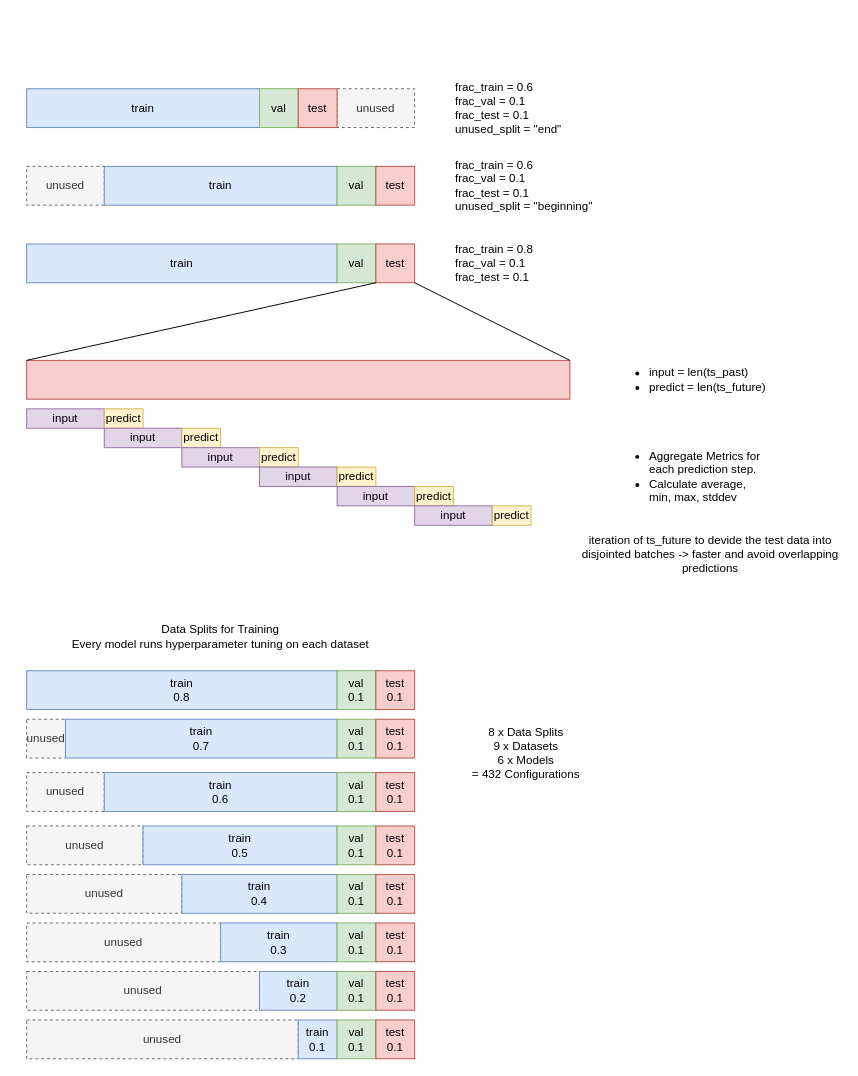
The draw.io diagram docs/70_in-WORK/evaluation_data-splits_test-data-usage.drawio in thomasgugatschka/time-series-nn-forecast-lab, before the edit. Source tidied: cells renumbered, new cells numbered last; positions are measured from the earlier drawing's top-left corner, leaving out a move shared by most shapes. Both pictures are drawn from the tidied source at 97%, with x=0, y=0 at pixel (26, 88).
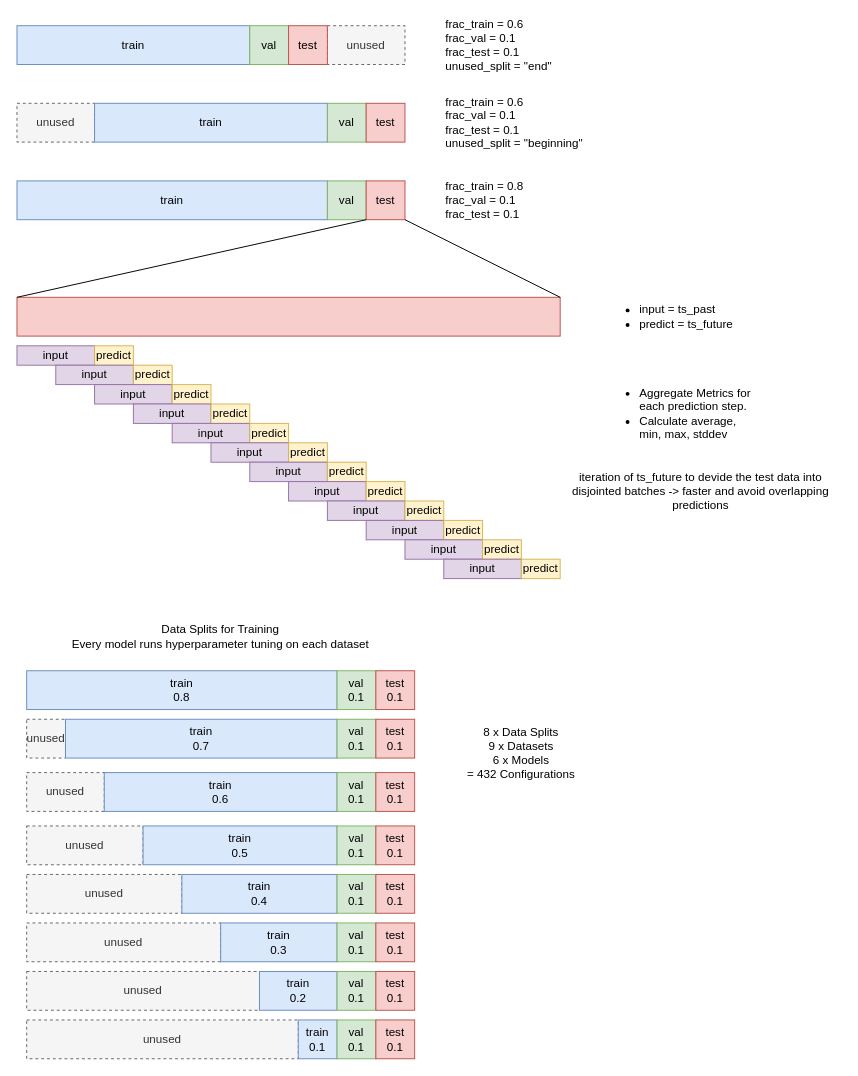
The same page after the edit.

Change to the diagram source:
```diff
@@
     <mxCell id="2" value="unused" style="rounded=0;whiteSpace=wrap;html=1;dashed=1;fillColor=#f5f5f5;fontColor=#333333;strokeColor=#666666;" parent="1" vertex="1">
-      <mxGeometry x="320" width="80" height="40" as="geometry" />
+      <mxGeometry x="310" y="-65" width="80" height="40" as="geometry" />
     </mxCell>
     <mxCell id="3" value="train" style="rounded=0;whiteSpace=wrap;html=1;fillColor=#dae8fc;strokeColor=#6c8ebf;" parent="1" vertex="1">
-      <mxGeometry width="240" height="40" as="geometry" />
+      <mxGeometry x="-10" y="-65" width="240" height="40" as="geometry" />
     </mxCell>
     <mxCell id="4" value="val" style="rounded=0;whiteSpace=wrap;html=1;fillColor=#d5e8d4;strokeColor=#82b366;" parent="1" vertex="1">
-      <mxGeometry x="240" width="40" height="40" as="geometry" />
+      <mxGeometry x="230" y="-65" width="40" height="40" as="geometry" />
     </mxCell>
     <mxCell id="5" value="test" style="rounded=0;whiteSpace=wrap;html=1;fillColor=#f8cecc;strokeColor=#b85450;" parent="1" vertex="1">
-      <mxGeometry x="280" width="40" height="40" as="geometry" />
+      <mxGeometry x="270" y="-65" width="40" height="40" as="geometry" />
     </mxCell>
     <mxCell id="6" value="unused" style="rounded=0;whiteSpace=wrap;html=1;dashed=1;fillColor=#f5f5f5;fontColor=#333333;strokeColor=#666666;" parent="1" vertex="1">
-      <mxGeometry y="80" width="80" height="40" as="geometry" />
+      <mxGeometry x="-10" y="15" width="80" height="40" as="geometry" />
     </mxCell>
     <mxCell id="7" value="train" style="rounded=0;whiteSpace=wrap;html=1;fillColor=#dae8fc;strokeColor=#6c8ebf;" parent="1" vertex="1">
-      <mxGeometry x="80" y="80" width="240" height="40" as="geometry" />
+      <mxGeometry x="70" y="15" width="240" height="40" as="geometry" />
     </mxCell>
     <mxCell id="8" value="val" style="rounded=0;whiteSpace=wrap;html=1;fillColor=#d5e8d4;strokeColor=#82b366;" parent="1" vertex="1">
-      <mxGeometry x="320" y="80" width="40" height="40" as="geometry" />
+      <mxGeometry x="310" y="15" width="40" height="40" as="geometry" />
     </mxCell>
     <mxCell id="9" value="test" style="rounded=0;whiteSpace=wrap;html=1;fillColor=#f8cecc;strokeColor=#b85450;" parent="1" vertex="1">
-      <mxGeometry x="360" y="80" width="40" height="40" as="geometry" />
+      <mxGeometry x="350" y="15" width="40" height="40" as="geometry" />
     </mxCell>
     <mxCell id="10" value="train" style="rounded=0;whiteSpace=wrap;html=1;fillColor=#dae8fc;strokeColor=#6c8ebf;" parent="1" vertex="1">
-      <mxGeometry y="160" width="320" height="40" as="geometry" />
+      <mxGeometry x="-10" y="95" width="320" height="40" as="geometry" />
     </mxCell>
     <mxCell id="11" value="val" style="rounded=0;whiteSpace=wrap;html=1;fillColor=#d5e8d4;strokeColor=#82b366;" parent="1" vertex="1">
-      <mxGeometry x="320" y="160" width="40" height="40" as="geometry" />
+      <mxGeometry x="310" y="95" width="40" height="40" as="geometry" />
     </mxCell>
     <mxCell id="12" value="test" style="rounded=0;whiteSpace=wrap;html=1;fillColor=#f8cecc;strokeColor=#b85450;" parent="1" vertex="1">
-      <mxGeometry x="360" y="160" width="40" height="40" as="geometry" />
+      <mxGeometry x="350" y="95" width="40" height="40" as="geometry" />
     </mxCell>
     <mxCell id="13" value="frac_train = 0.6&lt;br&gt;frac_val = 0.1&lt;br&gt;frac_test = 0.1&lt;br&gt;unused_split = &quot;end&quot;" style="text;html=1;strokeColor=none;fillColor=none;align=left;verticalAlign=middle;whiteSpace=wrap;rounded=0;" parent="1" vertex="1">
-      <mxGeometry x="440" width="160" height="40" as="geometry" />
+      <mxGeometry x="430" y="-65" width="160" height="40" as="geometry" />
     </mxCell>
     <mxCell id="14" value="frac_train = 0.6&lt;br style=&quot;border-color: var(--border-color);&quot;&gt;frac_val = 0.1&lt;br style=&quot;border-color: var(--border-color);&quot;&gt;frac_test = 0.1&lt;br&gt;unused_split = &quot;beginning&quot;" style="text;html=1;strokeColor=none;fillColor=none;align=left;verticalAlign=middle;whiteSpace=wrap;rounded=0;" parent="1" vertex="1">
-      <mxGeometry x="440" y="80" width="160" height="40" as="geometry" />
+      <mxGeometry x="430" y="15" width="160" height="40" as="geometry" />
     </mxCell>
     <mxCell id="15" style="rounded=0;whiteSpace=wrap;html=1;fillColor=#f8cecc;strokeColor=#b85450;" parent="1" vertex="1">
-      <mxGeometry y="280" width="560" height="40" as="geometry" />
+      <mxGeometry x="-10" y="215" width="560" height="40" as="geometry" />
     </mxCell>
@@
-    <mxCell id="18" value="&lt;ul&gt;&lt;li&gt;input = len(ts_past)&lt;/li&gt;&lt;li&gt;&lt;span style=&quot;background-color: initial;&quot;&gt;predict = len(ts_future)&lt;/span&gt;&lt;/li&gt;&lt;/ul&gt;" style="text;html=1;strokeColor=none;fillColor=none;align=left;verticalAlign=middle;whiteSpace=wrap;rounded=0;" parent="1" vertex="1">
-      <mxGeometry x="600" y="280" width="170" height="40" as="geometry" />
+    <mxCell id="18" value="&lt;ul&gt;&lt;li&gt;input = ts_past&lt;/li&gt;&lt;li&gt;&lt;span style=&quot;background-color: initial;&quot;&gt;predict = ts_future&lt;/span&gt;&lt;/li&gt;&lt;/ul&gt;" style="text;html=1;strokeColor=none;fillColor=none;align=left;verticalAlign=middle;whiteSpace=wrap;rounded=0;" parent="1" vertex="1">
+      <mxGeometry x="590" y="215" width="170" height="40" as="geometry" />
     </mxCell>
     <mxCell id="19" value="&lt;ul&gt;&lt;li&gt;Aggregate Metrics for each prediction step.&lt;/li&gt;&lt;li&gt;Calculate average, min, max, stddev&amp;nbsp;&lt;/li&gt;&lt;/ul&gt;" style="text;html=1;strokeColor=none;fillColor=none;align=left;verticalAlign=middle;whiteSpace=wrap;rounded=0;" parent="1" vertex="1">
-      <mxGeometry x="600" y="360" width="160" height="80" as="geometry" />
+      <mxGeometry x="590" y="295" width="160" height="80" as="geometry" />
     </mxCell>
     <mxCell id="20" value="frac_train = 0.8&lt;br style=&quot;border-color: var(--border-color);&quot;&gt;frac_val = 0.1&lt;br style=&quot;border-color: var(--border-color);&quot;&gt;frac_test = 0.1" style="text;html=1;strokeColor=none;fillColor=none;align=left;verticalAlign=middle;whiteSpace=wrap;rounded=0;" parent="1" vertex="1">
-      <mxGeometry x="440" y="160" width="160" height="40" as="geometry" />
+      <mxGeometry x="430" y="95" width="160" height="40" as="geometry" />
     </mxCell>
@@
     <mxCell id="53" value="iteration of ts_future to devide the test data into disjointed batches -&amp;gt; faster and avoid overlapping predictions" style="text;html=1;strokeColor=none;fillColor=none;align=center;verticalAlign=middle;whiteSpace=wrap;rounded=0;" parent="1" vertex="1">
-      <mxGeometry x="570" y="450" width="270" height="60" as="geometry" />
+      <mxGeometry x="560" y="385" width="270" height="60" as="geometry" />
     </mxCell>
     <mxCell id="54" value="8 x Data Splits&lt;br&gt;9 x Datasets&lt;br&gt;6 x Models&lt;br&gt;= 432 Configurations" style="text;html=1;strokeColor=none;fillColor=none;align=center;verticalAlign=middle;whiteSpace=wrap;rounded=0;" parent="1" vertex="1">
-      <mxGeometry x="420" y="650" width="190" height="70" as="geometry" />
+      <mxGeometry x="415" y="650" width="190" height="70" as="geometry" />
     </mxCell>
     <mxCell id="55" style="group;" parent="1" vertex="1">
-      <mxGeometry y="330" width="120" height="20" as="geometry" />
+      <mxGeometry x="-10" y="265" width="120" height="20" as="geometry" />
     </mxCell>
@@
     <mxCell id="58" style="group;" parent="1" vertex="1">
-      <mxGeometry x="80" y="350" width="120" height="20" as="geometry" />
+      <mxGeometry x="30" y="285" width="120" height="20" as="geometry" />
     </mxCell>
@@
     <mxCell id="61" style="group;" parent="1" vertex="1">
-      <mxGeometry x="160" y="370" width="120" height="20" as="geometry" />
+      <mxGeometry x="70" y="305" width="120" height="20" as="geometry" />
     </mxCell>
@@
     <mxCell id="64" style="group;" parent="1" vertex="1">
-      <mxGeometry x="240" y="390" width="120" height="20" as="geometry" />
+      <mxGeometry x="110" y="325" width="120" height="20" as="geometry" />
     </mxCell>
@@
     <mxCell id="67" style="group;" parent="1" vertex="1">
-      <mxGeometry x="320" y="410" width="120" height="20" as="geometry" />
+      <mxGeometry x="150" y="345" width="120" height="20" as="geometry" />
     </mxCell>
@@
     <mxCell id="70" style="group;" parent="1" vertex="1">
-      <mxGeometry x="400" y="430" width="120" height="20" as="geometry" />
+      <mxGeometry x="190" y="365" width="120" height="20" as="geometry" />
     </mxCell>
@@
+    <mxCell id="73" style="group;" parent="1" vertex="1">
+      <mxGeometry x="230" y="385" width="120" height="20" as="geometry" />
+    </mxCell>
+    <mxCell id="74" value="input" style="rounded=0;whiteSpace=wrap;html=1;fillColor=#e1d5e7;strokeColor=#9673a6;" parent="73" vertex="1">
+      <mxGeometry width="80" height="20" as="geometry" />
+    </mxCell>
+    <mxCell id="75" value="predict" style="rounded=0;whiteSpace=wrap;html=1;fillColor=#fff2cc;strokeColor=#d6b656;" parent="73" vertex="1">
+      <mxGeometry x="80" width="40" height="20" as="geometry" />
+    </mxCell>
+    <mxCell id="76" style="group;" parent="1" vertex="1">
+      <mxGeometry x="270" y="405" width="120" height="20" as="geometry" />
+    </mxCell>
+    <mxCell id="77" value="input" style="rounded=0;whiteSpace=wrap;html=1;fillColor=#e1d5e7;strokeColor=#9673a6;" parent="76" vertex="1">
+      <mxGeometry width="80" height="20" as="geometry" />
+    </mxCell>
+    <mxCell id="78" value="predict" style="rounded=0;whiteSpace=wrap;html=1;fillColor=#fff2cc;strokeColor=#d6b656;" parent="76" vertex="1">
+      <mxGeometry x="80" width="40" height="20" as="geometry" />
+    </mxCell>
+    <mxCell id="79" style="group;" parent="1" vertex="1">
+      <mxGeometry x="310" y="425" width="120" height="20" as="geometry" />
+    </mxCell>
+    <mxCell id="80" value="input" style="rounded=0;whiteSpace=wrap;html=1;fillColor=#e1d5e7;strokeColor=#9673a6;" parent="79" vertex="1">
+      <mxGeometry width="80" height="20" as="geometry" />
+    </mxCell>
+    <mxCell id="81" value="predict" style="rounded=0;whiteSpace=wrap;html=1;fillColor=#fff2cc;strokeColor=#d6b656;" parent="79" vertex="1">
+      <mxGeometry x="80" width="40" height="20" as="geometry" />
+    </mxCell>
+    <mxCell id="82" style="group;" parent="1" vertex="1">
+      <mxGeometry x="350" y="445" width="120" height="20" as="geometry" />
+    </mxCell>
+    <mxCell id="83" value="input" style="rounded=0;whiteSpace=wrap;html=1;fillColor=#e1d5e7;strokeColor=#9673a6;" parent="82" vertex="1">
+      <mxGeometry width="80" height="20" as="geometry" />
+    </mxCell>
+    <mxCell id="84" value="predict" style="rounded=0;whiteSpace=wrap;html=1;fillColor=#fff2cc;strokeColor=#d6b656;" parent="82" vertex="1">
+      <mxGeometry x="80" width="40" height="20" as="geometry" />
+    </mxCell>
+    <mxCell id="85" style="group;" parent="1" vertex="1">
+      <mxGeometry x="390" y="465" width="120" height="20" as="geometry" />
+    </mxCell>
+    <mxCell id="86" value="input" style="rounded=0;whiteSpace=wrap;html=1;fillColor=#e1d5e7;strokeColor=#9673a6;" parent="85" vertex="1">
+      <mxGeometry width="80" height="20" as="geometry" />
+    </mxCell>
+    <mxCell id="87" value="predict" style="rounded=0;whiteSpace=wrap;html=1;fillColor=#fff2cc;strokeColor=#d6b656;" parent="85" vertex="1">
+      <mxGeometry x="80" width="40" height="20" as="geometry" />
+    </mxCell>
+    <mxCell id="88" style="group;" parent="1" vertex="1">
+      <mxGeometry x="430" y="485" width="120" height="20" as="geometry" />
+    </mxCell>
+    <mxCell id="89" value="input" style="rounded=0;whiteSpace=wrap;html=1;fillColor=#e1d5e7;strokeColor=#9673a6;" parent="88" vertex="1">
+      <mxGeometry width="80" height="20" as="geometry" />
+    </mxCell>
+    <mxCell id="90" value="predict" style="rounded=0;whiteSpace=wrap;html=1;fillColor=#fff2cc;strokeColor=#d6b656;" parent="88" vertex="1">
+      <mxGeometry x="80" width="40" height="20" as="geometry" />
+    </mxCell>
```
